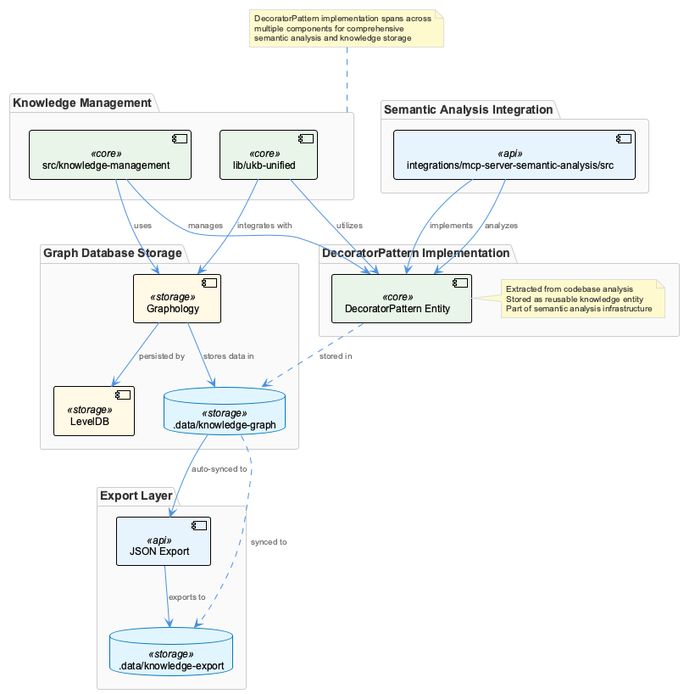
Earlier version of the PlantUML export knowledge-management/insights/images/decorator-pattern-architecture.png (fwornle/coding).
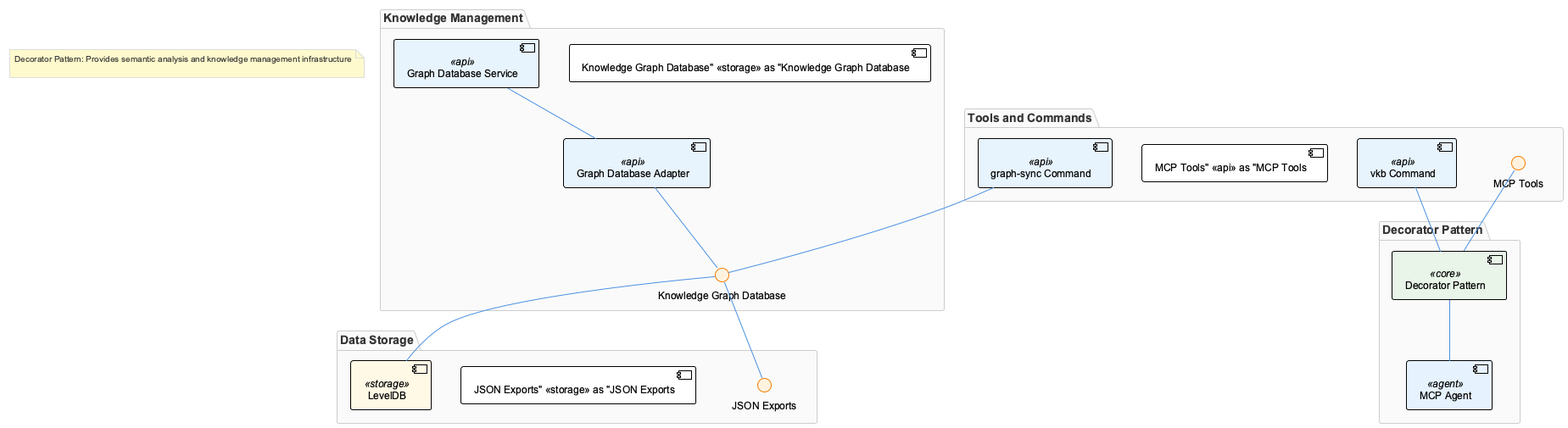
The same diagram one commit later.

What changed in the source:
```diff
@@ -2,54 +2,38 @@
 !include /Users/q284340/Agentic/coding/docs/puml/_standard-style.puml
 
 package "Knowledge Management" {
-  component [src/knowledge-management] <<core>> as KM
-  component [lib/ukb-unified] <<core>> as UKB
+  component GraphDatabaseService <<api>> as "Graph Database Service"
+  component GraphDatabaseAdapter <<api>> as "Graph Database Adapter"
+  component "Knowledge Graph Database" <<storage>> as "Knowledge Graph Database"
+  GraphDatabaseService -- GraphDatabaseAdapter
+  GraphDatabaseAdapter -- "Knowledge Graph Database"
 }
 
-package "Semantic Analysis Integration" {
-  component [integrations/mcp-server-semantic-analysis/src] <<api>> as MCP
+package "Decorator Pattern" {
+  component DecoratorPattern <<core>> as "Decorator Pattern"
+  component MCPAgent <<agent>> as "MCP Agent"
+  DecoratorPattern -- MCPAgent
 }
 
-package "Graph Database Storage" {
-  component [Graphology] <<storage>> as Graph
-  component [LevelDB] <<storage>> as LevelDB
-  database ".data/knowledge-graph" <<storage>> as GraphStorage
+package "Data Storage" {
+  component LevelDB <<storage>> as "LevelDB"
+  component "JSON Exports" <<storage>> as "JSON Exports"
+  "Knowledge Graph Database" -- LevelDB
+  "Knowledge Graph Database" -- "JSON Exports"
 }
 
-package "Export Layer" {
-  component [JSON Export] <<api>> as JSONExport
-  database ".data/knowledge-export" <<storage>> as ExportStorage
+package "Tools and Commands" {
+  component vkb <<api>> as "vkb Command"
+  component "MCP Tools" <<api>> as "MCP Tools"
+  component graph_sync <<api>> as "graph-sync Command"
+  vkb -- DecoratorPattern
+  "MCP Tools" -- DecoratorPattern
+  graph_sync -- "Knowledge Graph Database"
 }
 
-package "DecoratorPattern Implementation" {
-  component [DecoratorPattern Entity] <<core>> as DecoratorEntity
-  note right of DecoratorEntity
-    Extracted from codebase analysis
-    Stored as reusable knowledge entity
-    Part of semantic analysis infrastructure
-  end note
-}
+note as AutoNote1
+  Decorator Pattern: Provides semantic analysis and knowledge management infrastructure
 
-KM --> Graph : uses
-UKB --> Graph : integrates with
-MCP --> DecoratorEntity : implements
-Graph --> LevelDB : persisted by
-Graph --> GraphStorage : stores data in
-
-GraphStorage --> JSONExport : auto-synced to
-JSONExport --> ExportStorage : exports to
-
-KM --> DecoratorEntity : manages
-UKB --> DecoratorEntity : utilizes
-MCP --> DecoratorEntity : analyzes
-
-DecoratorEntity ..> GraphStorage : stored in
-GraphStorage ..> ExportStorage : synced to
-
-note top of "Knowledge Management"
-  DecoratorPattern implementation spans across
-  multiple components for comprehensive
-  semantic analysis and knowledge storage
 end note
 
 @enduml
```
